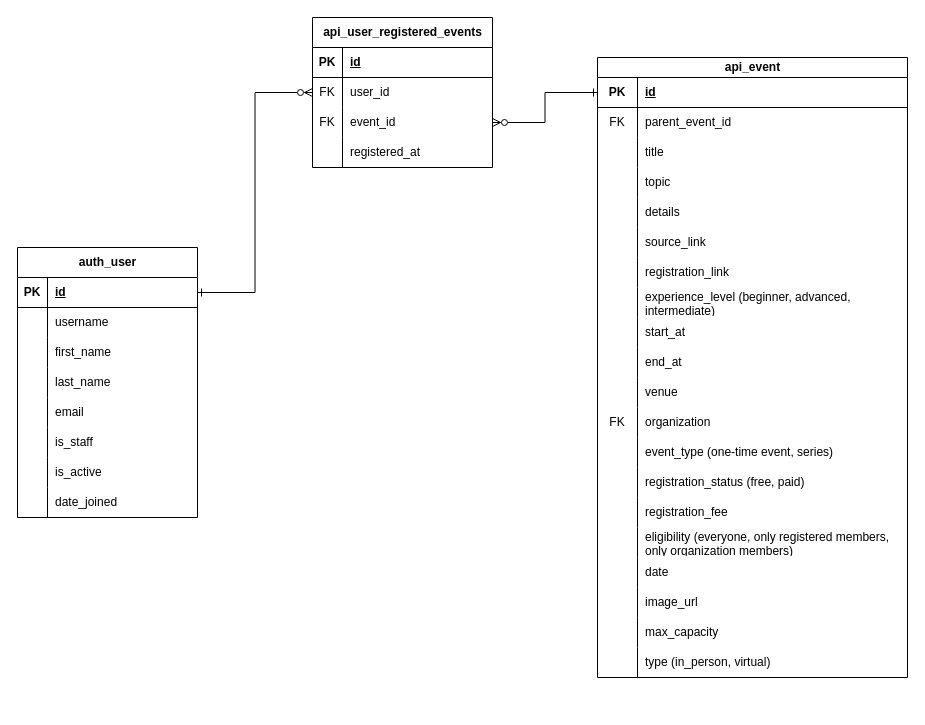
Before: page "Registration" (4 of 6) of 2Gether.drawio in RHILIUS/drawio, a draw.io diagram. Source tidied: cells renumbered, new cells numbered last; positions are measured from the earlier drawing's top-left corner, leaving out a move shared by most shapes. Both pictures are drawn from the tidied source at 100%, with x=0, y=0 at pixel (17, 17).
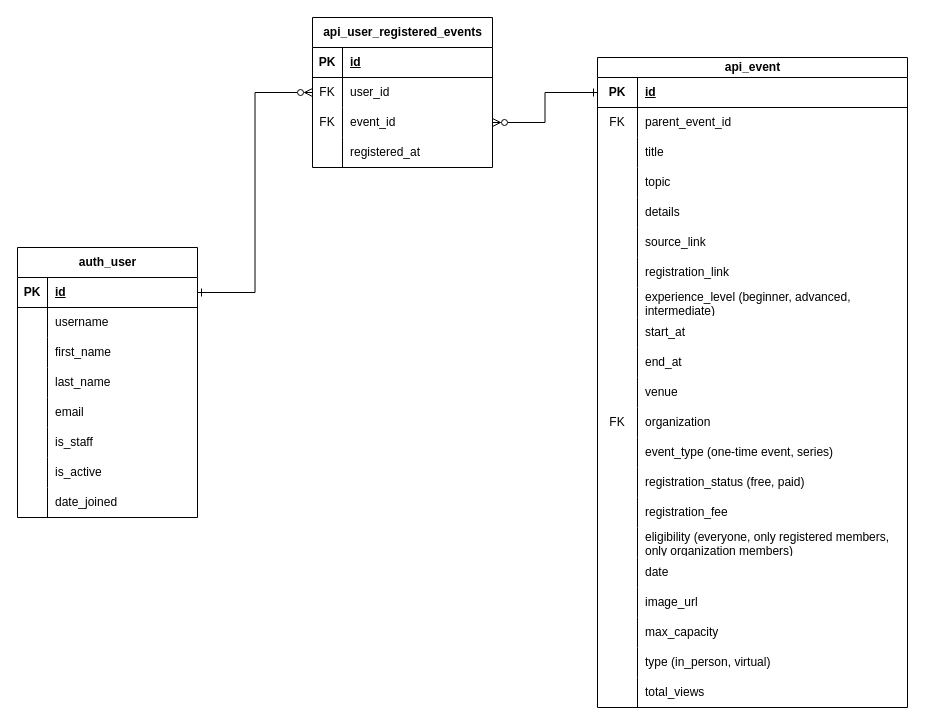
The same diagram, later.

The edit, as a diff of the source:
```diff
@@
     <mxCell id="27" value="api_event" style="shape=table;startSize=20;childLayout=tableLayout;rowLines=0;fontStyle=1;align=center;html=1;" parent="1" vertex="1">
-      <mxGeometry x="580" y="40" width="310" height="620" as="geometry" />
+      <mxGeometry x="580" y="40" width="310" height="650" as="geometry" />
     </mxCell>
@@
+    <mxCell id="103" style="shape=tableRow;horizontal=0;startSize=0;swimlaneHead=0;swimlaneBody=0;fillColor=none;top=0;left=0;right=0;bottom=0;" parent="27" vertex="1">
+      <mxGeometry y="620" width="310" height="30" as="geometry" />
+    </mxCell>
+    <mxCell id="104" style="shape=partialRectangle;fillColor=none;top=0;left=0;bottom=0;right=0;overflow=hidden;whiteSpace=wrap;html=1;" parent="103" vertex="1">
+      <mxGeometry width="40" height="30" as="geometry" />
+    </mxCell>
+    <mxCell id="105" value="total_views" style="shape=partialRectangle;fillColor=none;top=0;left=0;bottom=0;right=0;align=left;spacingLeft=6;overflow=hidden;whiteSpace=wrap;html=1;" parent="103" vertex="1">
+      <mxGeometry x="40" width="270" height="30" as="geometry" />
+    </mxCell>
```
